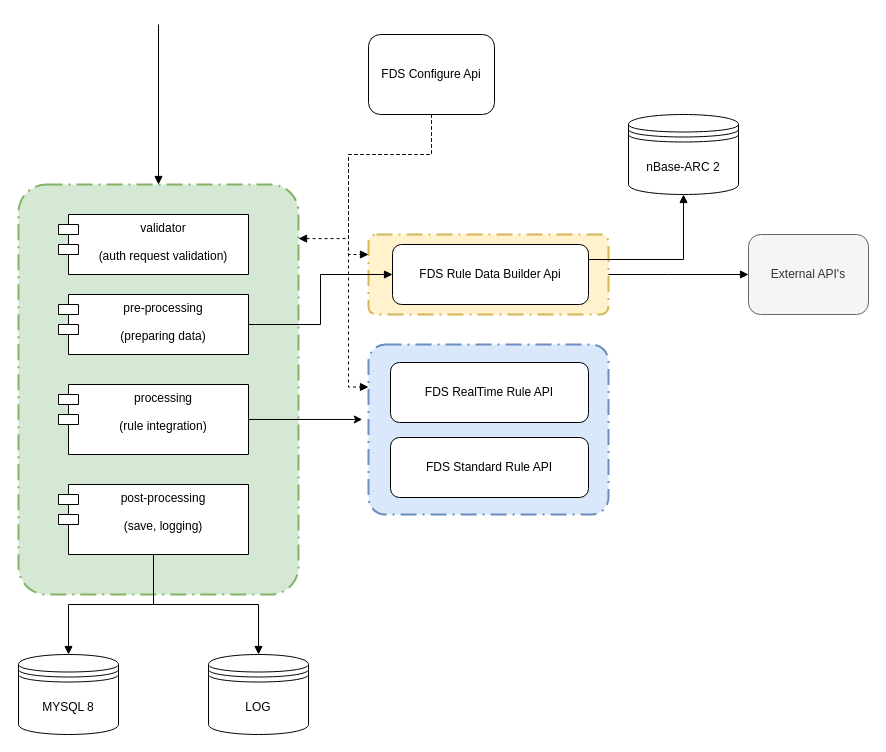
The draw.io diagram new_fds_structure.drawio in code-j/diagrams, before the edit. Source tidied: cells renumbered, new cells numbered last; positions are measured from the earlier drawing's top-left corner, leaving out a move shared by most shapes. Both pictures are drawn from the tidied source at 100%, with x=0, y=0 at pixel (18, 24).
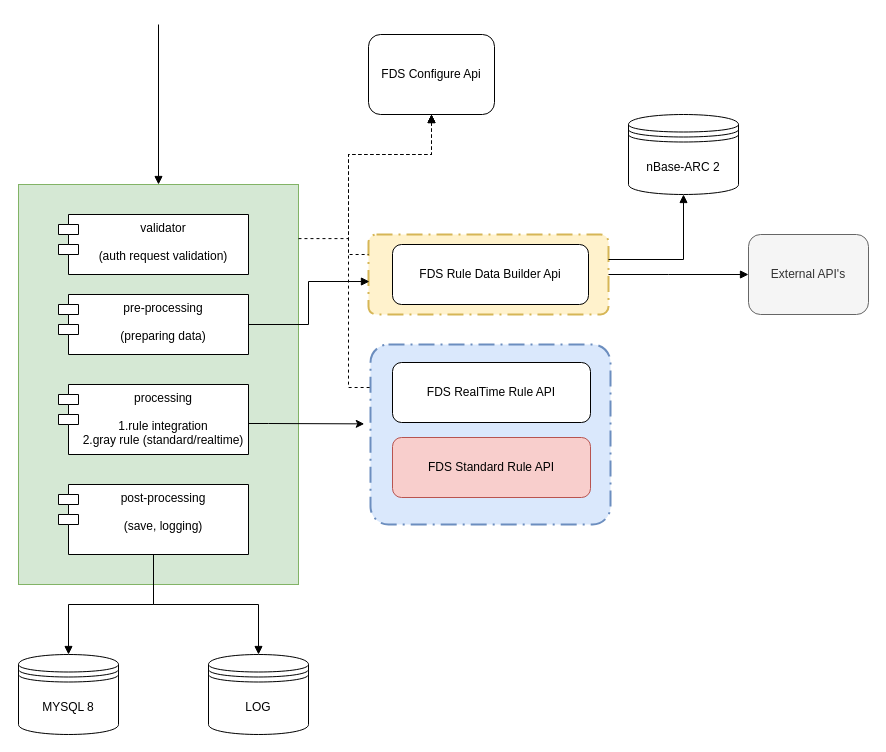
The same page after the edit.

The change refers to these unchanged cells:
```xml
<mxCell id="7" style="rounded=1;arcSize=10;dashed=1;strokeColor=#d6b656;fillColor=#fff2cc;dashPattern=8 3 1 3;strokeWidth=2;" parent="1" vertex="1">
  <mxGeometry x="350" y="210" width="240" height="80" as="geometry" />
</mxCell>
<mxCell id="8" value="FDS Rule Data Builder Api" style="rounded=1;whiteSpace=wrap;html=1;" parent="1" vertex="1">
  <mxGeometry x="374" y="220" width="196" height="60" as="geometry" />
</mxCell>
<mxCell id="14" value="FDS Configure Api" style="rounded=1;whiteSpace=wrap;html=1;" parent="1" vertex="1">
  <mxGeometry x="350" y="10" width="126" height="80" as="geometry" />
</mxCell>
<mxCell id="16" value="pre-processing&#10;&#10;(preparing data)&#10;&#10;&#10;&#10;&#10;&#10;&#10; " style="shape=module;align=left;spacingLeft=20;align=center;verticalAlign=top;" parent="1" vertex="1">
  <mxGeometry x="40" y="270" width="190" height="60" as="geometry" />
</mxCell>
<mxCell id="23" value="nBase-ARC 2" style="shape=datastore;whiteSpace=wrap;html=1;" parent="1" vertex="1">
  <mxGeometry x="610" y="90" width="110" height="80" as="geometry" />
</mxCell>
```

What changed in the source:
```diff
@@
-    <mxCell id="2" style="rounded=1;arcSize=10;dashed=1;strokeColor=#82b366;fillColor=#d5e8d4;dashPattern=8 3 1 3;strokeWidth=2;" parent="1" vertex="1">
-      <mxGeometry y="160" width="280" height="410" as="geometry" />
-    </mxCell>
+    <mxCell id="27" style="rounded=0;whiteSpace=wrap;html=1;fillColor=#d5e8d4;strokeColor=#82b366;" parent="1" vertex="1">
+      <mxGeometry y="160" width="280" height="400" as="geometry" />
+    </mxCell>
@@
     <mxCell id="5" style="rounded=1;arcSize=10;dashed=1;strokeColor=#6c8ebf;fillColor=#dae8fc;dashPattern=8 3 1 3;strokeWidth=2;" parent="1" vertex="1">
-      <mxGeometry x="350" y="320" width="240" height="170" as="geometry" />
+      <mxGeometry x="352" y="320" width="240" height="180" as="geometry" />
     </mxCell>
@@
     <mxCell id="9" value="FDS RealTime Rule API" style="rounded=1;whiteSpace=wrap;html=1;" parent="1" vertex="1">
-      <mxGeometry x="372" y="338" width="198" height="60" as="geometry" />
+      <mxGeometry x="374" y="338" width="198" height="60" as="geometry" />
     </mxCell>
-    <mxCell id="10" value="FDS Standard Rule API" style="rounded=1;whiteSpace=wrap;html=1;" parent="1" vertex="1">
-      <mxGeometry x="372" y="413" width="198" height="60" as="geometry" />
+    <mxCell id="10" value="FDS Standard Rule API" style="rounded=1;whiteSpace=wrap;html=1;fillColor=#f8cecc;strokeColor=#b85450;" parent="1" vertex="1">
+      <mxGeometry x="374" y="413" width="198" height="60" as="geometry" />
     </mxCell>
-    <mxCell id="11" style="edgeStyle=orthogonalEdgeStyle;rounded=0;jettySize=auto;html=1;entryX=1;entryY=0.132;entryDx=0;entryDy=0;entryPerimeter=0;startArrow=none;startFill=0;endArrow=block;endFill=1;dashed=1;" parent="1" edge="1" target="2">
+    <mxCell id="11" style="edgeStyle=orthogonalEdgeStyle;rounded=0;orthogonalLoop=1;jettySize=auto;html=1;entryX=1;entryY=0.132;entryDx=0;entryDy=0;entryPerimeter=0;startArrow=block;startFill=1;endArrow=none;endFill=0;dashed=1;" parent="1" edge="1">
       <mxGeometry relative="1" as="geometry">
         <mxPoint x="413" y="90" as="sourcePoint" />
+        <mxPoint x="280" y="214.1" as="targetPoint" />
         <Array as="points">
           <mxPoint x="413" y="130" />
           <mxPoint x="330" y="130" />
           <mxPoint x="330" y="214" />
         </Array>
       </mxGeometry>
     </mxCell>
-    <mxCell id="12" style="edgeStyle=orthogonalEdgeStyle;rounded=0;jettySize=auto;html=1;entryX=0;entryY=0.25;entryDx=0;entryDy=0;dashed=1;startArrow=none;startFill=0;endArrow=block;endFill=1;" parent="1" edge="1" source="14" target="5">
+    <mxCell id="12" style="edgeStyle=orthogonalEdgeStyle;rounded=0;jettySize=auto;html=1;entryX=0;entryY=0.25;entryDx=0;entryDy=0;dashed=1;startArrow=block;startFill=1;endArrow=none;endFill=0;" parent="1" edge="1" source="14" target="5">
       <mxGeometry relative="1" as="geometry">
         <Array as="points">
           <mxPoint x="413" y="130" />
           <mxPoint x="330" y="130" />
           <mxPoint x="330" y="363" />
         </Array>
       </mxGeometry>
     </mxCell>
-    <mxCell id="13" style="edgeStyle=orthogonalEdgeStyle;rounded=0;jettySize=auto;html=1;entryX=0;entryY=0.25;entryDx=0;entryDy=0;dashed=1;startArrow=none;startFill=0;endArrow=block;endFill=1;" parent="1" edge="1" source="14" target="7">
+    <mxCell id="13" style="edgeStyle=orthogonalEdgeStyle;rounded=0;jettySize=auto;html=1;entryX=0;entryY=0.25;entryDx=0;entryDy=0;dashed=1;startArrow=block;startFill=1;endArrow=none;endFill=0;" parent="1" edge="1" source="14" target="7">
       <mxGeometry relative="1" as="geometry">
         <Array as="points">
           <mxPoint x="413" y="130" />
           <mxPoint x="330" y="130" />
           <mxPoint x="330" y="230" />
         </Array>
       </mxGeometry>
     </mxCell>
@@
-    <mxCell id="15" style="edgeStyle=orthogonalEdgeStyle;rounded=0;jettySize=auto;html=1;entryX=0;entryY=0.5;entryDx=0;entryDy=0;startArrow=none;startFill=0;endArrow=block;endFill=1;" parent="1" edge="1" source="16" target="8">
-      <mxGeometry relative="1" as="geometry" />
-    </mxCell>
+    <mxCell id="28" style="edgeStyle=orthogonalEdgeStyle;rounded=0;jettySize=auto;html=1;entryX=0.004;entryY=0.588;entryDx=0;entryDy=0;entryPerimeter=0;startArrow=none;startFill=0;endArrow=block;endFill=1;" parent="1" edge="1" source="16" target="7">
+      <mxGeometry relative="1" as="geometry" />
+    </mxCell>
@@
     <mxCell id="17" style="edgeStyle=orthogonalEdgeStyle;rounded=0;jettySize=auto;html=1;entryX=-0.026;entryY=0.441;entryDx=0;entryDy=0;entryPerimeter=0;" parent="1" edge="1" source="18" target="5">
-      <mxGeometry relative="1" as="geometry" />
+      <mxGeometry relative="1" as="geometry">
+        <Array as="points">
+          <mxPoint x="250" y="399" />
+          <mxPoint x="250" y="399" />
+        </Array>
+      </mxGeometry>
     </mxCell>
-    <mxCell id="18" value="processing&#10;&#10;(rule integration)" style="shape=module;align=left;spacingLeft=20;align=center;verticalAlign=top;" parent="1" vertex="1">
+    <mxCell id="18" value="processing&#10;&#10;1.rule integration&#10;2.gray rule (standard/realtime)" style="shape=module;align=left;spacingLeft=20;align=center;verticalAlign=top;" parent="1" vertex="1">
       <mxGeometry x="40" y="360" width="190" height="70" as="geometry" />
     </mxCell>
@@
-    <mxCell id="20" style="edgeStyle=orthogonalEdgeStyle;rounded=0;jettySize=auto;html=1;startArrow=block;startFill=1;endArrow=none;endFill=0;" parent="1" edge="1" source="2">
+    <mxCell id="20" style="edgeStyle=orthogonalEdgeStyle;rounded=0;orthogonalLoop=1;jettySize=auto;html=1;startArrow=block;startFill=1;endArrow=none;endFill=0;" parent="1" edge="1">
       <mxGeometry relative="1" as="geometry">
+        <mxPoint x="140" y="160" as="sourcePoint" />
         <mxPoint x="140" as="targetPoint" />
       </mxGeometry>
     </mxCell>
@@
-    <mxCell id="22" style="edgeStyle=orthogonalEdgeStyle;rounded=0;jettySize=auto;html=1;exitX=0.5;exitY=1;exitDx=0;exitDy=0;entryX=1;entryY=0.25;entryDx=0;entryDy=0;startArrow=block;startFill=1;endArrow=none;endFill=0;" parent="1" edge="1" source="23" target="8">
-      <mxGeometry relative="1" as="geometry" />
+    <mxCell id="22" style="edgeStyle=orthogonalEdgeStyle;rounded=0;jettySize=auto;html=1;exitX=0.5;exitY=1;exitDx=0;exitDy=0;startArrow=block;startFill=1;endArrow=none;endFill=0;" parent="1" edge="1" source="23">
+      <mxGeometry relative="1" as="geometry">
+        <mxPoint x="590" y="235" as="targetPoint" />
+        <Array as="points">
+          <mxPoint x="665" y="235" />
+        </Array>
+      </mxGeometry>
     </mxCell>
```
